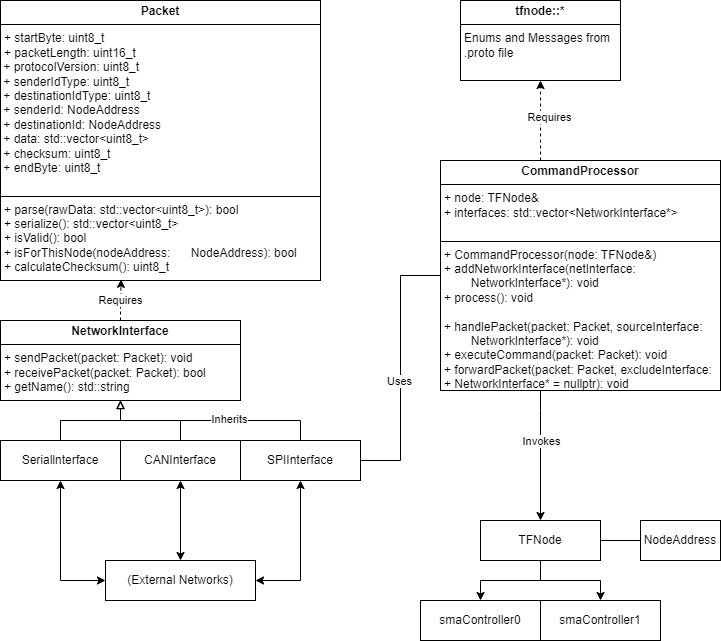
Earlier version of the draw.io export src/networking/Node Command Processing.drawio.png (Delta-Robotics-Inc/TF-Node-Firmware). Source tidied: cells renumbered, new cells last; positions are measured from the earlier drawing's top-left corner, leaving out a move shared by most shapes.
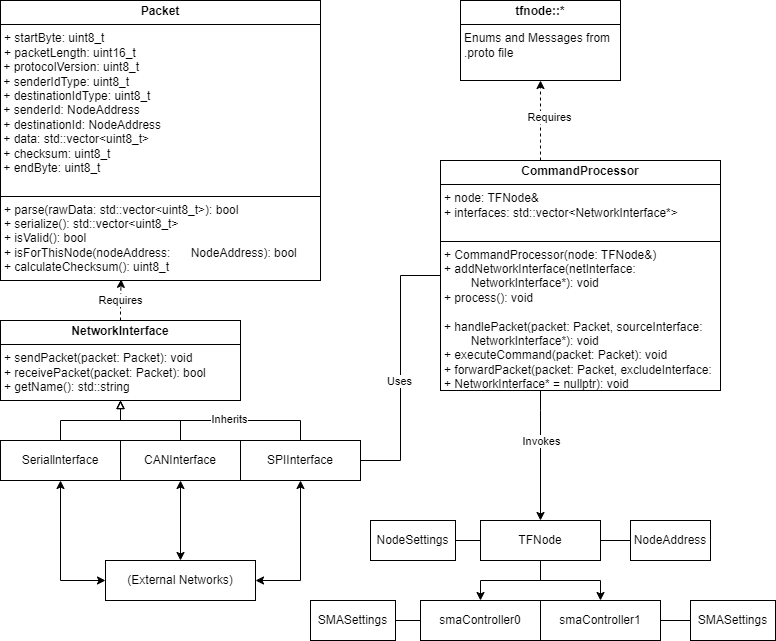
The same diagram one commit later.

Diff of the diagram source:
```diff
@@ -6,7 +6,7 @@
       <mxGeometry width="320" height="280" as="geometry" />
     </mxCell>
     <mxCell id="3" value="NodeAddress" style="html=1;whiteSpace=wrap;" parent="1" vertex="1">
-      <mxGeometry x="640" y="520" width="80" height="40" as="geometry" />
+      <mxGeometry x="630" y="520" width="80" height="40" as="geometry" />
     </mxCell>
     <mxCell id="4" value="&lt;p style=&quot;margin:0px;margin-top:4px;text-align:center;&quot;&gt;&lt;b&gt;tfnode::*&lt;/b&gt;&lt;/p&gt;&lt;hr size=&quot;1&quot; style=&quot;border-style:solid;&quot;&gt;&lt;p style=&quot;margin:0px;margin-left:4px;&quot;&gt;Enums and Messages from .proto file&lt;/p&gt;" style="verticalAlign=top;align=left;overflow=fill;html=1;whiteSpace=wrap;" parent="1" vertex="1">
       <mxGeometry x="460" width="160" height="80" as="geometry" />
@@ -94,17 +94,35 @@
     <mxCell id="27" style="edgeStyle=orthogonalEdgeStyle;rounded=0;jettySize=auto;html=1;entryX=0;entryY=0.5;entryDx=0;entryDy=0;endArrow=none;endFill=0;" parent="1" edge="1" source="28" target="3">
       <mxGeometry relative="1" as="geometry" />
     </mxCell>
+    <mxCell id="32" style="edgeStyle=none;html=1;entryX=1;entryY=0.5;entryDx=0;entryDy=0;endArrow=none;endFill=0;" parent="1" edge="1" source="28" target="35">
+      <mxGeometry relative="1" as="geometry" />
+    </mxCell>
     <mxCell id="28" value="TFNode" style="html=1;whiteSpace=wrap;" parent="1" vertex="1">
       <mxGeometry x="480" y="520" width="120" height="40" as="geometry" />
     </mxCell>
+    <mxCell id="33" style="edgeStyle=none;html=1;entryX=1;entryY=0.5;entryDx=0;entryDy=0;endArrow=none;endFill=0;" parent="1" edge="1" source="29" target="36">
+      <mxGeometry relative="1" as="geometry" />
+    </mxCell>
     <mxCell id="29" value="smaController0" style="html=1;whiteSpace=wrap;" parent="1" vertex="1">
       <mxGeometry x="420" y="600" width="120" height="40" as="geometry" />
     </mxCell>
+    <mxCell id="34" style="edgeStyle=none;html=1;entryX=0;entryY=0.5;entryDx=0;entryDy=0;endArrow=none;endFill=0;" parent="1" edge="1" source="30" target="37">
+      <mxGeometry relative="1" as="geometry" />
+    </mxCell>
     <mxCell id="30" value="smaController1" style="html=1;whiteSpace=wrap;" parent="1" vertex="1">
       <mxGeometry x="540" y="600" width="120" height="40" as="geometry" />
     </mxCell>
     <mxCell id="31" value="(External Networks)" style="html=1;whiteSpace=wrap;" parent="1" vertex="1">
       <mxGeometry x="105" y="560" width="150" height="40" as="geometry" />
     </mxCell>
+    <mxCell id="35" value="NodeSettings" style="html=1;whiteSpace=wrap;" parent="1" vertex="1">
+      <mxGeometry x="370" y="520" width="85" height="40" as="geometry" />
+    </mxCell>
+    <mxCell id="36" value="SMASettings" style="html=1;whiteSpace=wrap;" parent="1" vertex="1">
+      <mxGeometry x="310" y="600" width="85" height="40" as="geometry" />
+    </mxCell>
+    <mxCell id="37" value="SMASettings" style="html=1;whiteSpace=wrap;" parent="1" vertex="1">
+      <mxGeometry x="690" y="600" width="85" height="40" as="geometry" />
+    </mxCell>
   </root>
 </mxGraphModel>
```
